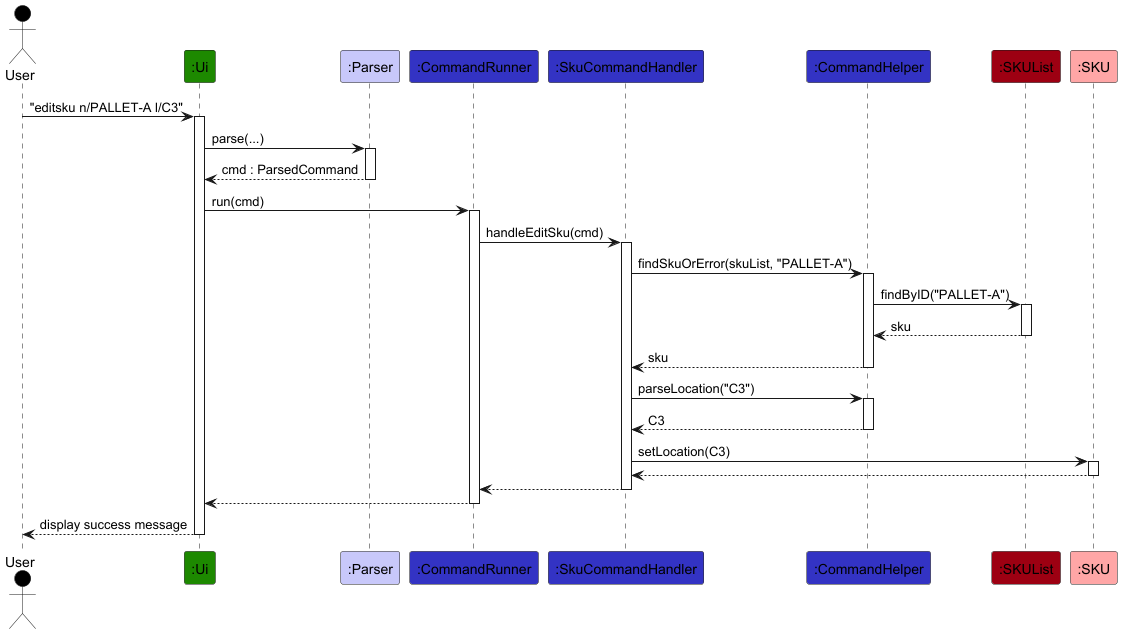
omcodedthis/tp keeps this PlantUML diagram as docs/plantUML/edit-sku/edit-sku-sequence.png. Above is the earlier version.
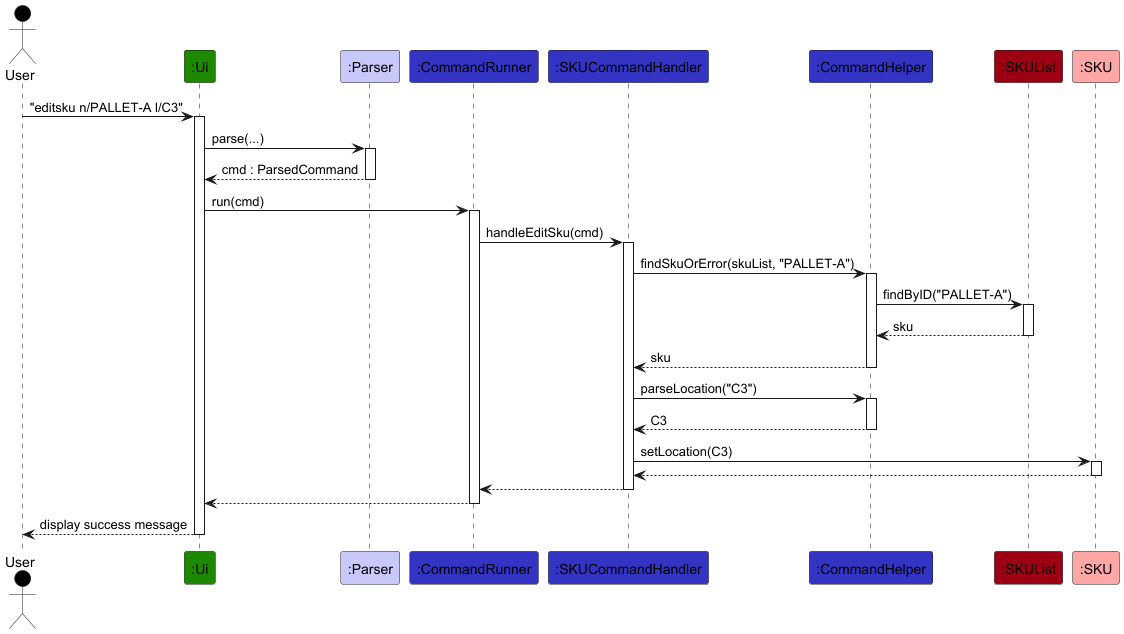
After the commit.

Commit message:
Update UserGuide and regenerate edit-sku diagrams

What changed in the source:
```diff
@@ -5,7 +5,7 @@
 Participant ":Ui" as ui UI_COLOR
 Participant ":Parser" as parser LOGIC_COLOR_T1
 Participant ":CommandRunner" as runner LOGIC_COLOR
-Participant ":SkuCommandHandler" as handler LOGIC_COLOR
+Participant ":SKUCommandHandler" as handler LOGIC_COLOR
 Participant ":CommandHelper" as helper LOGIC_COLOR
 Participant ":SKUList" as skuList MODEL_COLOR
 Participant ":SKU" as sku MODEL_COLOR_T1
```
